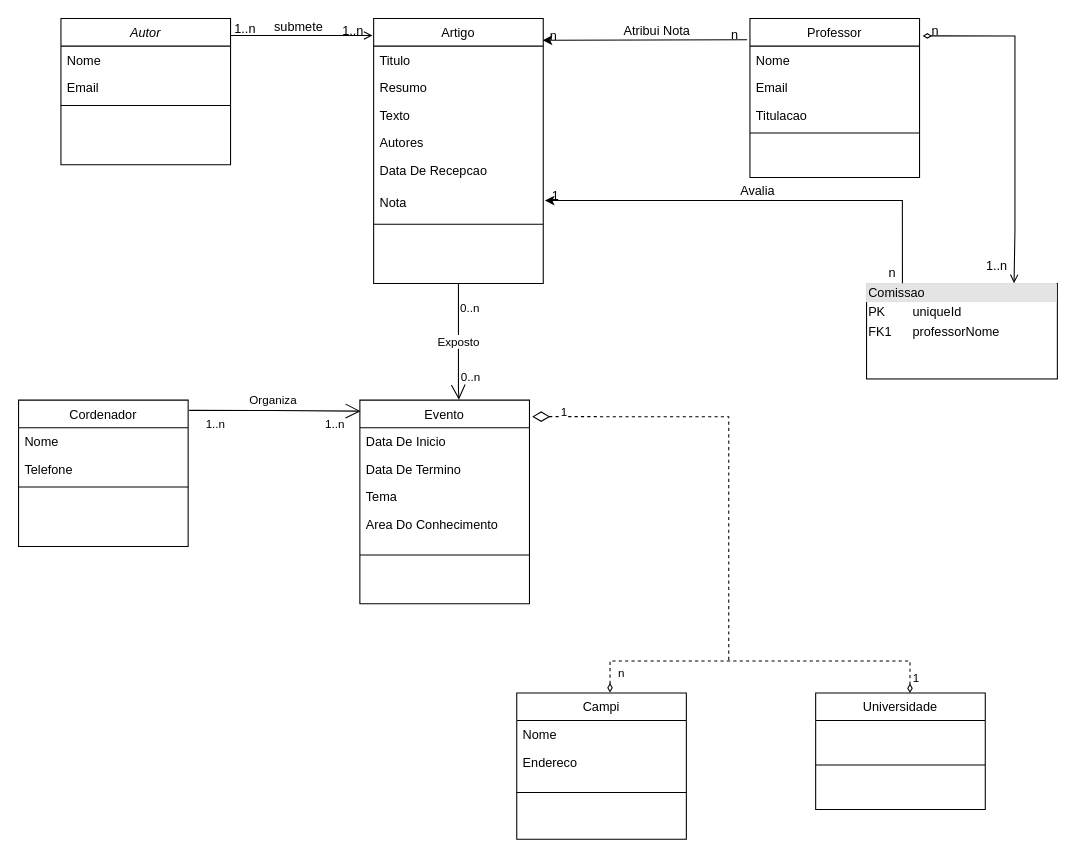
Earlier version of the draw.io diagram ufbna.drawio (BaagrieL/ufbna-diagrams). Source tidied: cells renumbered, new cells numbered last; positions are measured from the earlier drawing's top-left corner, leaving out a move shared by most shapes. Both pictures are drawn from the tidied source at 106%, with x=0, y=0 at pixel (18, 18).
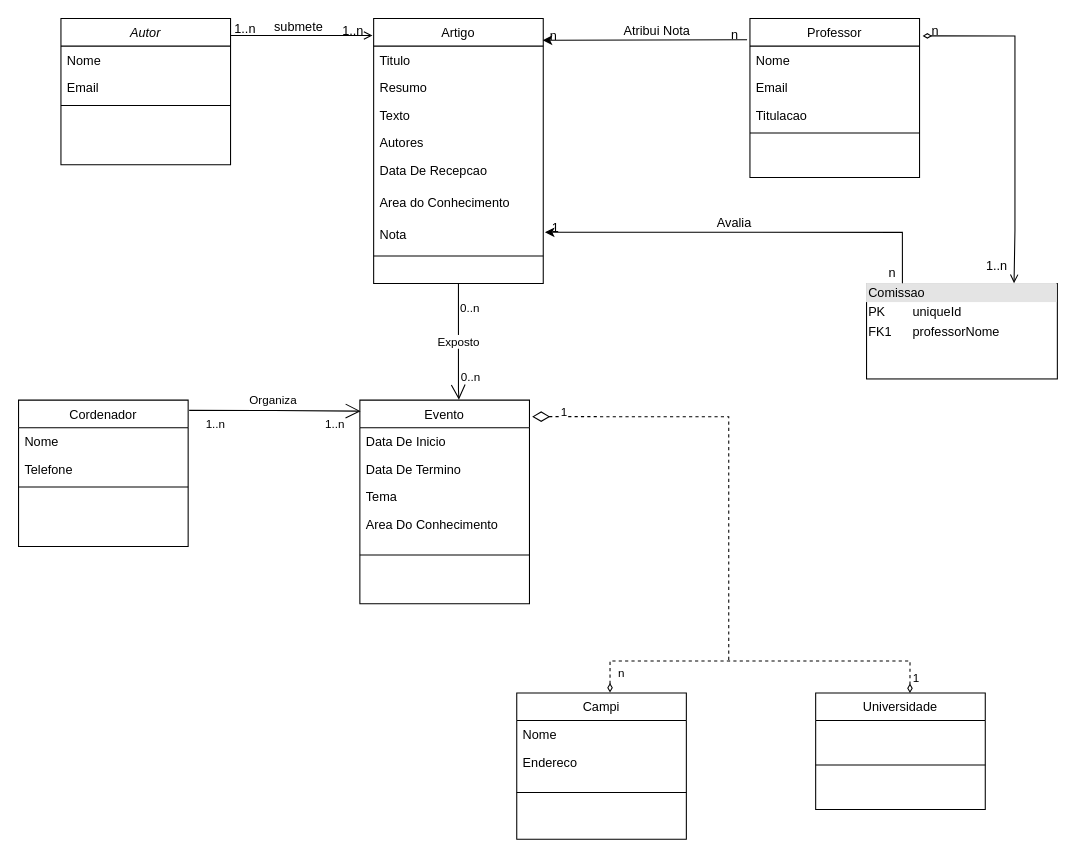
The same page after the edit.

Commit message:
Atualização dos atributos do artigo

Unchanged cells that the change refers to:
```xml
<mxCell id="16" value="Artigo" style="swimlane;fontStyle=0;align=center;verticalAlign=top;horizontal=1;startSize=26;rounded=0;shadow=0;strokeWidth=1;" parent="1" vertex="1">
  <mxGeometry x="335" width="160" height="250" as="geometry" />
</mxCell>
```

Diff of the diagram source:
```diff
@@
+    <mxCell id="63" value="Area do Conhecimento" style="text;align=left;verticalAlign=top;spacingLeft=4;spacingRight=4;overflow=hidden;rounded=0;shadow=0;html=0;" parent="16" vertex="1">
+      <mxGeometry y="160" width="160" height="30" as="geometry" />
+    </mxCell>
     <mxCell id="22" value="Nota" style="text;align=left;verticalAlign=top;spacingLeft=4;spacingRight=4;overflow=hidden;points=[[0,0.5],[1,0.5]];portConstraint=eastwest;rounded=0;shadow=0;html=0;" parent="16" vertex="1">
-      <mxGeometry y="160" width="160" height="30" as="geometry" />
+      <mxGeometry y="190" width="160" height="30" as="geometry" />
     </mxCell>
     <mxCell id="23" style="line;html=1;strokeWidth=1;align=left;verticalAlign=middle;spacingTop=-1;spacingLeft=3;spacingRight=3;labelPosition=right;" parent="16" vertex="1">
-      <mxGeometry y="190" width="160" height="8" as="geometry" />
+      <mxGeometry y="220" width="160" height="8" as="geometry" />
     </mxCell>
```
